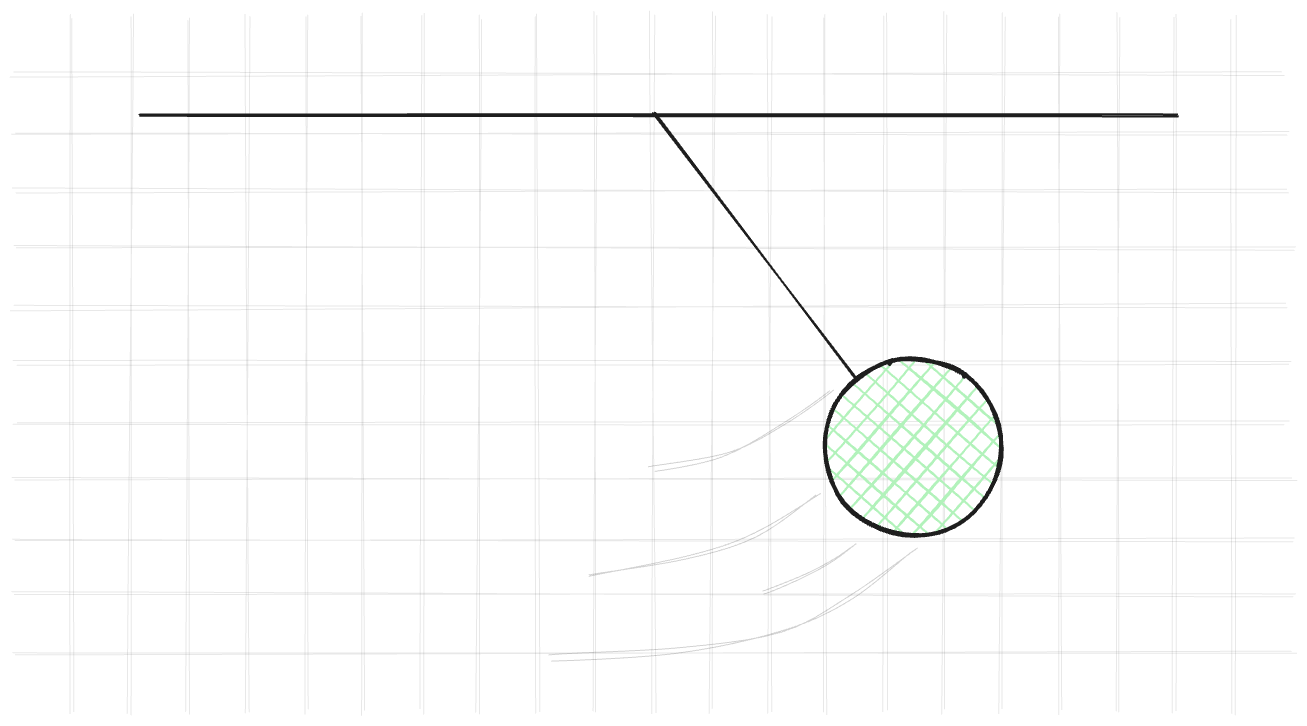
The Excalidraw diagram assets/images/constraints/point_pendulum.excalidraw.png in kozakromch/game_physics_2, before a commit. Source tidied: one line per element, renumbered; positions are measured from the earlier drawing's top-left corner, leaving out a move shared by most shapes.
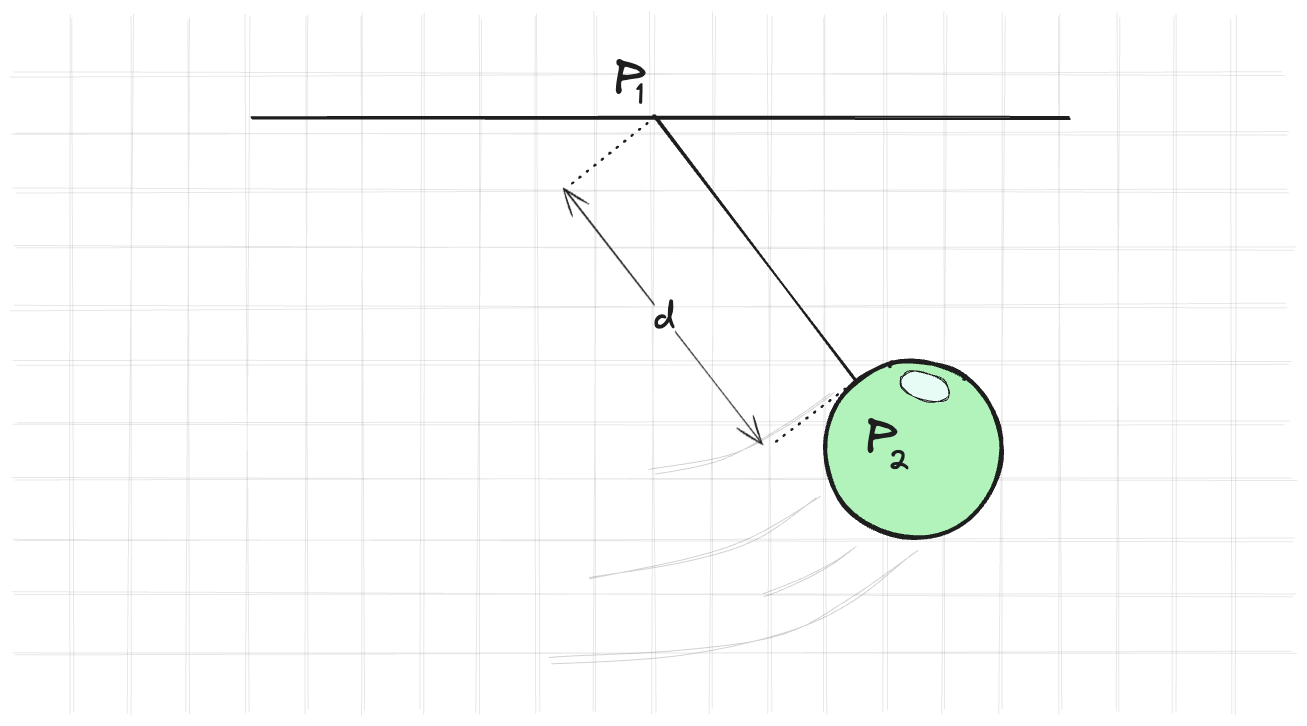
The same diagram one commit later.

Diff of the diagram source:
```diff
@@ -1,39 +1,48 @@
-{"id": 0, "type": "line", "strokeColor": "#1e1e1e", "strokeWidth": 1, "roughness": 2, "opacity": 10, "round": true, "x": 290, "y": 0, "width": 1272, "height": 0, "points": [[0, 0], [1272, 0]]}
+{"id": 0, "type": "line", "strokeColor": "#1e1e1e", "backgroundColor": "#b2f2bb", "fillStyle": "hachure", "strokeWidth": 1, "roughness": 2, "opacity": 10, "round": true, "x": 290, "y": 0, "width": 1272, "height": 0, "points": [[0, 0], [1272, 0]]}
-{"id": 1, "type": "line", "strokeColor": "#1e1e1e", "strokeWidth": 1, "roughness": 2, "opacity": 10, "round": true, "x": 290, "y": 349, "width": 1272, "height": 0, "points": [[0, 0], [1272, 0]]}
+{"id": 1, "type": "line", "strokeColor": "#1e1e1e", "backgroundColor": "#b2f2bb", "fillStyle": "hachure", "strokeWidth": 1, "roughness": 2, "opacity": 10, "round": true, "x": 290, "y": 349, "width": 1272, "height": 0, "points": [[0, 0], [1272, 0]]}
-{"id": 2, "type": "line", "strokeColor": "#1e1e1e", "strokeWidth": 1, "roughness": 2, "opacity": 10, "round": true, "x": 290, "y": 58, "width": 1275, "height": 0, "points": [[0, 0], [1275, 0]]}
+{"id": 2, "type": "line", "strokeColor": "#1e1e1e", "backgroundColor": "#b2f2bb", "fillStyle": "hachure", "strokeWidth": 1, "roughness": 2, "opacity": 10, "round": true, "x": 290, "y": 58, "width": 1275, "height": 0, "points": [[0, 0], [1275, 0]]}
-{"id": 3, "type": "line", "strokeColor": "#1e1e1e", "strokeWidth": 1, "roughness": 2, "opacity": 10, "round": true, "x": 290, "y": 407, "width": 1280, "height": 0, "points": [[0, 0], [1280, 0]]}
+{"id": 3, "type": "line", "strokeColor": "#1e1e1e", "backgroundColor": "#b2f2bb", "fillStyle": "hachure", "strokeWidth": 1, "roughness": 2, "opacity": 10, "round": true, "x": 290, "y": 407, "width": 1280, "height": 0, "points": [[0, 0], [1280, 0]]}
-{"id": 4, "type": "line", "strokeColor": "#1e1e1e", "strokeWidth": 1, "roughness": 2, "opacity": 10, "round": true, "x": 290, "y": 117, "width": 1273, "height": 0, "points": [[0, 0], [1273, 0]]}
+{"id": 4, "type": "line", "strokeColor": "#1e1e1e", "backgroundColor": "#b2f2bb", "fillStyle": "hachure", "strokeWidth": 1, "roughness": 2, "opacity": 10, "round": true, "x": 290, "y": 117, "width": 1273, "height": 0, "points": [[0, 0], [1273, 0]]}
-{"id": 5, "type": "line", "strokeColor": "#1e1e1e", "strokeWidth": 1, "roughness": 2, "opacity": 10, "round": true, "x": 290, "y": 464, "width": 1278, "height": 0, "points": [[0, 0], [1278, 0]]}
+{"id": 5, "type": "line", "strokeColor": "#1e1e1e", "backgroundColor": "#b2f2bb", "fillStyle": "hachure", "strokeWidth": 1, "roughness": 2, "opacity": 10, "round": true, "x": 290, "y": 464, "width": 1278, "height": 0, "points": [[0, 0], [1278, 0]]}
-{"id": 6, "type": "line", "strokeColor": "#1e1e1e", "strokeWidth": 1, "roughness": 2, "opacity": 10, "round": true, "x": 290, "y": 174, "width": 1280, "height": 0, "points": [[0, 0], [1280, 0]]}
+{"id": 6, "type": "line", "strokeColor": "#1e1e1e", "backgroundColor": "#b2f2bb", "fillStyle": "hachure", "strokeWidth": 1, "roughness": 2, "opacity": 10, "round": true, "x": 290, "y": 174, "width": 1280, "height": 0, "points": [[0, 0], [1280, 0]]}
-{"id": 7, "type": "line", "strokeColor": "#1e1e1e", "strokeWidth": 1, "roughness": 2, "opacity": 10, "round": true, "x": 289, "y": 522, "width": 1282, "height": 0, "points": [[0, 0], [1282, 0]]}
+{"id": 7, "type": "line", "strokeColor": "#1e1e1e", "backgroundColor": "#b2f2bb", "fillStyle": "hachure", "strokeWidth": 1, "roughness": 2, "opacity": 10, "round": true, "x": 289, "y": 522, "width": 1282, "height": 0, "points": [[0, 0], [1282, 0]]}
-{"id": 8, "type": "line", "strokeColor": "#1e1e1e", "strokeWidth": 1, "roughness": 2, "opacity": 10, "round": true, "x": 290, "y": 233, "width": 1271, "height": 0, "points": [[0, 0], [1271, 0]]}
+{"id": 8, "type": "line", "strokeColor": "#1e1e1e", "backgroundColor": "#b2f2bb", "fillStyle": "hachure", "strokeWidth": 1, "roughness": 2, "opacity": 10, "round": true, "x": 290, "y": 233, "width": 1271, "height": 0, "points": [[0, 0], [1271, 0]]}
-{"id": 9, "type": "line", "strokeColor": "#1e1e1e", "strokeWidth": 1, "roughness": 2, "opacity": 10, "round": true, "x": 290, "y": 580, "width": 1279, "height": 0, "points": [[0, 0], [1279, 0]]}
+{"id": 9, "type": "line", "strokeColor": "#1e1e1e", "backgroundColor": "#b2f2bb", "fillStyle": "hachure", "strokeWidth": 1, "roughness": 2, "opacity": 10, "round": true, "x": 290, "y": 580, "width": 1279, "height": 0, "points": [[0, 0], [1279, 0]]}
-{"id": 10, "type": "line", "strokeColor": "#1e1e1e", "strokeWidth": 1, "roughness": 2, "opacity": 10, "round": true, "x": 291, "y": 290, "width": 1277, "height": 0, "points": [[0, 0], [1277, 0]]}
+{"id": 10, "type": "line", "strokeColor": "#1e1e1e", "backgroundColor": "#b2f2bb", "fillStyle": "hachure", "strokeWidth": 1, "roughness": 2, "opacity": 10, "round": true, "x": 291, "y": 290, "width": 1277, "height": 0, "points": [[0, 0], [1277, 0]]}
-{"id": 11, "type": "line", "strokeColor": "#1e1e1e", "angle": 1.57, "strokeWidth": 1, "roughness": 2, "opacity": 10, "round": true, "x": 581, "y": 288, "width": 696, "height": 0, "points": [[0, 0], [696, 0]]}
+{"id": 11, "type": "line", "strokeColor": "#1e1e1e", "angle": 1.57, "backgroundColor": "#b2f2bb", "fillStyle": "hachure", "strokeWidth": 1, "roughness": 2, "opacity": 10, "round": true, "x": 581, "y": 288, "width": 696, "height": 0, "points": [[0, 0], [696, 0]]}
-{"id": 12, "type": "line", "strokeColor": "#1e1e1e", "angle": 1.57, "strokeWidth": 1, "roughness": 2, "opacity": 10, "round": true, "x": 233, "y": 290, "width": 696, "height": 0, "points": [[0, 0], [696, 0]]}
+{"id": 12, "type": "line", "strokeColor": "#1e1e1e", "angle": 1.57, "backgroundColor": "#b2f2bb", "fillStyle": "hachure", "strokeWidth": 1, "roughness": 2, "opacity": 10, "round": true, "x": 233, "y": 290, "width": 696, "height": 0, "points": [[0, 0], [696, 0]]}
-{"id": 13, "type": "line", "strokeColor": "#1e1e1e", "angle": 1.57, "strokeWidth": 1, "roughness": 2, "opacity": 10, "round": true, "x": 523, "y": 290, "width": 697, "height": 0, "points": [[0, 0], [697, 0]]}
+{"id": 13, "type": "line", "strokeColor": "#1e1e1e", "angle": 1.57, "backgroundColor": "#b2f2bb", "fillStyle": "hachure", "strokeWidth": 1, "roughness": 2, "opacity": 10, "round": true, "x": 523, "y": 290, "width": 697, "height": 0, "points": [[0, 0], [697, 0]]}
-{"id": 14, "type": "line", "strokeColor": "#1e1e1e", "angle": 1.57, "strokeWidth": 1, "roughness": 2, "opacity": 10, "round": true, "x": 174, "y": 290, "width": 697, "height": 0, "points": [[0, 0], [697, 0]]}
+{"id": 14, "type": "line", "strokeColor": "#1e1e1e", "angle": 1.57, "backgroundColor": "#b2f2bb", "fillStyle": "hachure", "strokeWidth": 1, "roughness": 2, "opacity": 10, "round": true, "x": 174, "y": 290, "width": 697, "height": 0, "points": [[0, 0], [697, 0]]}
-{"id": 15, "type": "line", "strokeColor": "#1e1e1e", "angle": 1.57, "strokeWidth": 1, "roughness": 2, "opacity": 10, "round": true, "x": 465, "y": 290, "width": 697, "height": 0, "points": [[0, 0], [697, 0]]}
+{"id": 15, "type": "line", "strokeColor": "#1e1e1e", "angle": 1.57, "backgroundColor": "#b2f2bb", "fillStyle": "hachure", "strokeWidth": 1, "roughness": 2, "opacity": 10, "round": true, "x": 465, "y": 290, "width": 697, "height": 0, "points": [[0, 0], [697, 0]]}
-{"id": 16, "type": "line", "strokeColor": "#1e1e1e", "angle": 1.57, "strokeWidth": 1, "roughness": 2, "opacity": 10, "round": true, "x": 116, "y": 290, "width": 697, "height": 0, "points": [[0, 0], [697, 0]]}
+{"id": 16, "type": "line", "strokeColor": "#1e1e1e", "angle": 1.57, "backgroundColor": "#b2f2bb", "fillStyle": "hachure", "strokeWidth": 1, "roughness": 2, "opacity": 10, "round": true, "x": 116, "y": 290, "width": 697, "height": 0, "points": [[0, 0], [697, 0]]}
-{"id": 17, "type": "line", "strokeColor": "#1e1e1e", "angle": 1.57, "strokeWidth": 1, "roughness": 2, "opacity": 10, "round": true, "x": 406, "y": 290, "width": 697, "height": 0, "points": [[0, 0], [697, 0]]}
+{"id": 17, "type": "line", "strokeColor": "#1e1e1e", "angle": 1.57, "backgroundColor": "#b2f2bb", "fillStyle": "hachure", "strokeWidth": 1, "roughness": 2, "opacity": 10, "round": true, "x": 406, "y": 290, "width": 697, "height": 0, "points": [[0, 0], [697, 0]]}
-{"id": 18, "type": "line", "strokeColor": "#1e1e1e", "angle": 1.57, "strokeWidth": 1, "roughness": 2, "opacity": 10, "round": true, "x": 58, "y": 290, "width": 697, "height": 0, "points": [[0, 0], [697, 0]]}
+{"id": 18, "type": "line", "strokeColor": "#1e1e1e", "angle": 1.57, "backgroundColor": "#b2f2bb", "fillStyle": "hachure", "strokeWidth": 1, "roughness": 2, "opacity": 10, "round": true, "x": 58, "y": 290, "width": 697, "height": 0, "points": [[0, 0], [697, 0]]}
-{"id": 19, "type": "line", "strokeColor": "#1e1e1e", "angle": 1.57, "strokeWidth": 1, "roughness": 2, "opacity": 10, "round": true, "x": 349, "y": 290, "width": 697, "height": 0, "points": [[0, 0], [697, 0]]}
+{"id": 19, "type": "line", "strokeColor": "#1e1e1e", "angle": 1.57, "backgroundColor": "#b2f2bb", "fillStyle": "hachure", "strokeWidth": 1, "roughness": 2, "opacity": 10, "round": true, "x": 349, "y": 290, "width": 697, "height": 0, "points": [[0, 0], [697, 0]]}
-{"id": 20, "type": "line", "strokeColor": "#1e1e1e", "angle": 1.57, "strokeWidth": 1, "roughness": 2, "opacity": 10, "round": true, "x": 0, "y": 290, "width": 697, "height": 0, "points": [[0, 0], [697, 0]]}
+{"id": 20, "type": "line", "strokeColor": "#1e1e1e", "angle": 1.57, "backgroundColor": "#b2f2bb", "fillStyle": "hachure", "strokeWidth": 1, "roughness": 2, "opacity": 10, "round": true, "x": 0, "y": 290, "width": 697, "height": 0, "points": [[0, 0], [697, 0]]}
-{"id": 21, "type": "line", "strokeColor": "#1e1e1e", "angle": 1.57, "strokeWidth": 1, "roughness": 2, "opacity": 10, "round": true, "x": 290, "y": 290, "width": 696, "height": 0, "points": [[0, 0], [696, 0]]}
+{"id": 21, "type": "line", "strokeColor": "#1e1e1e", "angle": 1.57, "backgroundColor": "#b2f2bb", "fillStyle": "hachure", "strokeWidth": 1, "roughness": 2, "opacity": 10, "round": true, "x": 291, "y": 290, "width": 696, "height": 0, "points": [[0, 0], [696, 0]]}
-{"id": 22, "type": "line", "strokeColor": "#1e1e1e", "angle": 1.57, "strokeWidth": 1, "roughness": 2, "opacity": 10, "round": true, "x": 639, "y": 290, "width": 697, "height": 0, "points": [[0, 0], [697, 0]]}
+{"id": 22, "type": "line", "strokeColor": "#1e1e1e", "angle": 1.57, "backgroundColor": "#b2f2bb", "fillStyle": "hachure", "strokeWidth": 1, "roughness": 2, "opacity": 10, "round": true, "x": 639, "y": 290, "width": 697, "height": 0, "points": [[0, 0], [697, 0]]}
-{"id": 23, "type": "line", "strokeColor": "#1e1e1e", "angle": 1.57, "strokeWidth": 1, "roughness": 2, "opacity": 10, "round": true, "x": 929, "y": 290, "width": 696, "height": 0, "points": [[0, 0], [696, 0]]}
+{"id": 23, "type": "line", "strokeColor": "#1e1e1e", "angle": 1.57, "backgroundColor": "#b2f2bb", "fillStyle": "hachure", "strokeWidth": 1, "roughness": 2, "opacity": 10, "round": true, "x": 929, "y": 290, "width": 696, "height": 0, "points": [[0, 0], [696, 0]]}
-{"id": 24, "type": "line", "strokeColor": "#1e1e1e", "angle": 1.57, "strokeWidth": 1, "roughness": 2, "opacity": 10, "round": true, "x": 871, "y": 290, "width": 697, "height": 0, "points": [[0, 0], [697, 0]]}
+{"id": 24, "type": "line", "strokeColor": "#1e1e1e", "angle": 1.57, "backgroundColor": "#b2f2bb", "fillStyle": "hachure", "strokeWidth": 1, "roughness": 2, "opacity": 10, "round": true, "x": 871, "y": 290, "width": 697, "height": 0, "points": [[0, 0], [697, 0]]}
-{"id": 25, "type": "line", "strokeColor": "#1e1e1e", "angle": 1.57, "strokeWidth": 1, "roughness": 2, "opacity": 10, "round": true, "x": 1161, "y": 290, "width": 697, "height": 0, "points": [[0, 0], [697, 0]]}
+{"id": 25, "type": "line", "strokeColor": "#1e1e1e", "angle": 1.57, "backgroundColor": "#b2f2bb", "fillStyle": "hachure", "strokeWidth": 1, "roughness": 2, "opacity": 10, "round": true, "x": 1161, "y": 290, "width": 697, "height": 0, "points": [[0, 0], [697, 0]]}
-{"id": 26, "type": "line", "strokeColor": "#1e1e1e", "angle": 1.57, "strokeWidth": 1, "roughness": 2, "opacity": 10, "round": true, "x": 813, "y": 291, "width": 697, "height": 0, "points": [[0, 0], [697, 0]]}
+{"id": 26, "type": "line", "strokeColor": "#1e1e1e", "angle": 1.57, "backgroundColor": "#b2f2bb", "fillStyle": "hachure", "strokeWidth": 1, "roughness": 2, "opacity": 10, "round": true, "x": 813, "y": 291, "width": 697, "height": 0, "points": [[0, 0], [697, 0]]}
-{"id": 27, "type": "line", "strokeColor": "#1e1e1e", "angle": 1.57, "strokeWidth": 1, "roughness": 2, "opacity": 10, "round": true, "x": 1103, "y": 290, "width": 697, "height": 0, "points": [[0, 0], [697, 0]]}
+{"id": 27, "type": "line", "strokeColor": "#1e1e1e", "angle": 1.57, "backgroundColor": "#b2f2bb", "fillStyle": "hachure", "strokeWidth": 1, "roughness": 2, "opacity": 10, "round": true, "x": 1103, "y": 290, "width": 697, "height": 0, "points": [[0, 0], [697, 0]]}
-{"id": 28, "type": "line", "strokeColor": "#1e1e1e", "angle": 1.57, "strokeWidth": 1, "roughness": 2, "opacity": 10, "round": true, "x": 755, "y": 290, "width": 697, "height": 0, "points": [[0, 0], [697, 0]]}
+{"id": 28, "type": "line", "strokeColor": "#1e1e1e", "angle": 1.57, "backgroundColor": "#b2f2bb", "fillStyle": "hachure", "strokeWidth": 1, "roughness": 2, "opacity": 10, "round": true, "x": 755, "y": 290, "width": 697, "height": 0, "points": [[0, 0], [697, 0]]}
-{"id": 29, "type": "line", "strokeColor": "#1e1e1e", "angle": 1.57, "strokeWidth": 1, "roughness": 2, "opacity": 10, "round": true, "x": 1045, "y": 291, "width": 697, "height": 0, "points": [[0, 0], [697, 0]]}
+{"id": 29, "type": "line", "strokeColor": "#1e1e1e", "angle": 1.57, "backgroundColor": "#b2f2bb", "fillStyle": "hachure", "strokeWidth": 1, "roughness": 2, "opacity": 10, "round": true, "x": 1045, "y": 290, "width": 697, "height": 0, "points": [[0, 0], [697, 0]]}
-{"id": 30, "type": "line", "strokeColor": "#1e1e1e", "angle": 1.57, "strokeWidth": 1, "roughness": 2, "opacity": 10, "round": true, "x": 697, "y": 290, "width": 697, "height": 0, "points": [[0, 0], [697, 0]]}
+{"id": 30, "type": "line", "strokeColor": "#1e1e1e", "angle": 1.57, "backgroundColor": "#b2f2bb", "fillStyle": "hachure", "strokeWidth": 1, "roughness": 2, "opacity": 10, "round": true, "x": 697, "y": 290, "width": 697, "height": 0, "points": [[0, 0], [697, 0]]}
-{"id": 31, "type": "line", "strokeColor": "#1e1e1e", "angle": 1.57, "strokeWidth": 1, "roughness": 2, "opacity": 10, "round": true, "x": 987, "y": 290, "width": 696, "height": 0, "points": [[0, 0], [696, 0]]}
+{"id": 31, "type": "line", "strokeColor": "#1e1e1e", "angle": 1.57, "backgroundColor": "#b2f2bb", "fillStyle": "hachure", "strokeWidth": 1, "roughness": 2, "opacity": 10, "round": true, "x": 987, "y": 290, "width": 696, "height": 0, "points": [[0, 0], [696, 0]]}
-{"id": 32, "type": "line", "strokeColor": "#1e1e1e", "strokeWidth": 2, "roughness": 1, "round": true, "x": 415, "y": 43, "width": 1039, "height": 0, "points": [[0, 0], [1039, 0]]}
+{"id": 32, "type": "line", "strokeColor": "#1e1e1e", "strokeWidth": 2, "roughness": 1, "round": true, "x": 527, "y": 45, "width": 819, "height": 0, "points": [[0, 0], [819, 0]]}
-{"id": 33, "type": "line", "strokeColor": "#1e1e1e", "strokeWidth": 2, "roughness": 1, "round": true, "x": 929, "y": 38, "width": 203, "height": 268, "points": [[0, 0], [203, 268]]}
+{"id": 33, "type": "line", "strokeColor": "#1e1e1e", "strokeWidth": 2, "roughness": 1, "round": true, "x": 930, "y": 41, "width": 203, "height": 268, "points": [[0, 0], [203, 268]]}
-{"id": 34, "type": "ellipse", "strokeColor": "#1e1e1e", "backgroundColor": "#b2f2bb", "fillStyle": "cross-hatch", "strokeWidth": 4, "roughness": 1, "round": true, "x": 1101, "y": 285, "width": 177, "height": 177}
+{"id": 34, "type": "ellipse", "strokeColor": "#1e1e1e", "backgroundColor": "#b2f2bb", "fillStyle": "solid", "strokeWidth": 4, "roughness": 1, "round": true, "x": 1101, "y": 287, "width": 177, "height": 177}
-{"id": 35, "type": "line", "strokeColor": "#1e1e1e", "strokeWidth": 1, "roughness": 2, "opacity": 20, "round": true, "x": 1191, "y": 478, "width": 365, "height": 107, "points": [[0, 0], [-65, 46], [-132, 82], [-238, 100], [-365, 107]]}
+{"id": 35, "type": "line", "strokeColor": "#1e1e1e", "strokeWidth": 1, "roughness": 2, "opacity": 20, "round": true, "x": 1191, "y": 480, "width": 365, "height": 107, "points": [[0, 0], [-65, 46], [-132, 82], [-238, 100], [-365, 107]]}
-{"id": 36, "type": "line", "strokeColor": "#1e1e1e", "strokeWidth": 1, "roughness": 2, "opacity": 20, "round": true, "x": 1093, "y": 420, "width": 228, "height": 84, "points": [[0, 0], [-61, 41], [-129, 63], [-228, 84]]}
+{"id": 36, "type": "line", "strokeColor": "#1e1e1e", "strokeWidth": 1, "roughness": 2, "opacity": 20, "round": true, "x": 1094, "y": 422, "width": 228, "height": 84, "points": [[0, 0], [-61, 41], [-129, 63], [-228, 84]]}
-{"id": 37, "type": "line", "strokeColor": "#1e1e1e", "strokeWidth": 1, "roughness": 2, "opacity": 20, "round": true, "x": 1107, "y": 315, "width": 179, "height": 81, "points": [[0, 0], [-49, 35], [-107, 66], [-179, 81]]}
+{"id": 37, "type": "line", "strokeColor": "#1e1e1e", "strokeWidth": 1, "roughness": 2, "opacity": 20, "round": true, "x": 1108, "y": 317, "width": 179, "height": 81, "points": [[0, 0], [-49, 35], [-107, 66], [-179, 81]]}
-{"id": 38, "type": "line", "strokeColor": "#1e1e1e", "strokeWidth": 1, "roughness": 2, "opacity": 20, "round": true, "x": 1131, "y": 473, "width": 93, "height": 44, "points": [[0, 0], [-23, 15], [-51, 28], [-93, 44]]}
+{"id": 38, "type": "line", "strokeColor": "#1e1e1e", "strokeWidth": 1, "roughness": 2, "opacity": 20, "round": true, "x": 1131, "y": 476, "width": 93, "height": 44, "points": [[0, 0], [-23, 15], [-51, 28], [-93, 44]]}
+{"id": 39, "type": "text", "text": "P", "strokeColor": "#1e1e1e", "strokeWidth": 2, "roughness": 1, "fontSize": 47.73, "fontFamily": 1, "x": 891, "y": -22, "width": 32, "height": 60}
+{"id": 40, "type": "text", "text": "P", "strokeColor": "#1e1e1e", "strokeWidth": 2, "roughness": 1, "fontSize": 47.73, "fontFamily": 1, "x": 1143, "y": 336, "width": 32, "height": 60}
+{"id": 41, "type": "text", "text": "1", "strokeColor": "#1e1e1e", "strokeWidth": 2, "roughness": 1, "fontSize": 29.31, "fontFamily": 1, "x": 912, "y": 3, "width": 8, "height": 37}
+{"id": 42, "type": "text", "text": "2", "strokeColor": "#1e1e1e", "strokeWidth": 2, "roughness": 1, "fontSize": 29.31, "fontFamily": 1, "x": 1164, "y": 369, "width": 21, "height": 37}
+{"id": 43, "type": "arrow", "strokeColor": "#1e1e1e", "angle": 3.17, "backgroundColor": "#a5d8ff", "fillStyle": "cross-hatch", "strokeWidth": 1, "roughness": 1, "startArrowhead": "arrow", "endArrowhead": "arrow", "round": true, "x": 836, "y": 118, "width": 206, "height": 249, "points": [[0, 0], [206, 249]]}
+{"id": 44, "type": "text", "text": "d", "strokeColor": "#1e1e1e", "backgroundColor": "#a5d8ff", "fillStyle": "cross-hatch", "strokeWidth": 1, "strokeStyle": "dotted", "roughness": 1, "fontSize": 36, "fontFamily": 1, "textAlign": "center", "verticalAlign": "middle", "inside": 43, "x": 901, "y": 153, "width": 20, "height": 45}
+{"id": 45, "type": "line", "strokeColor": "#1e1e1e", "angle": 3.17, "backgroundColor": "#a5d8ff", "fillStyle": "cross-hatch", "strokeWidth": 2, "strokeStyle": "dotted", "roughness": 1, "round": true, "x": 1053, "y": 370, "width": 75, "height": 62, "points": [[0, 0], [75, -62]]}
+{"id": 46, "type": "line", "strokeColor": "#1e1e1e", "angle": 3.17, "backgroundColor": "#a5d8ff", "fillStyle": "cross-hatch", "strokeWidth": 2, "strokeStyle": "dotted", "roughness": 1, "round": true, "x": 843, "y": 115, "width": 80, "height": 67, "points": [[0, 0], [80, -67]]}
+{"id": 47, "type": "ellipse", "strokeColor": "#1e1e1e", "angle": 5.05, "backgroundColor": "#e6fcf5", "fillStyle": "solid", "strokeWidth": 1, "roughness": 1, "round": true, "x": 1187, "y": 288, "width": 28, "height": 51}
```
